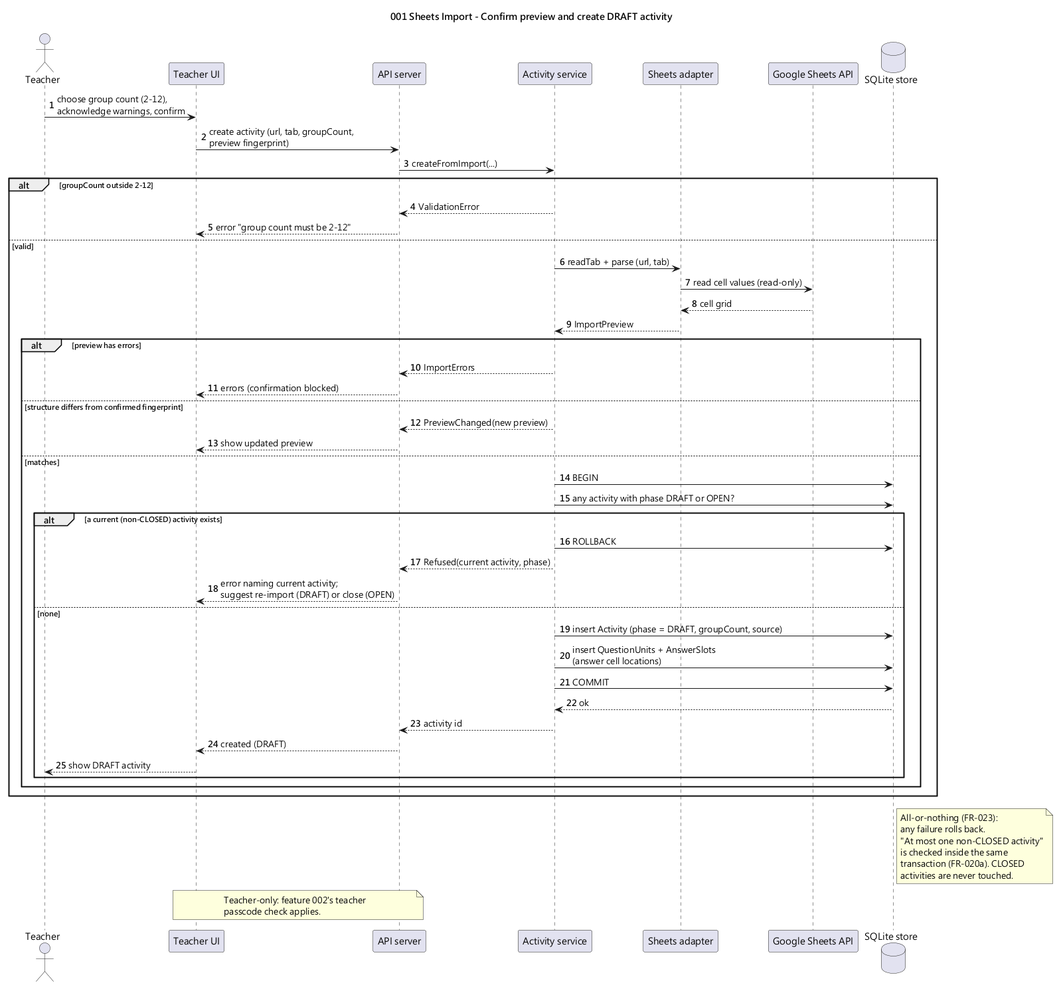
Above: diagrams/001-seq-confirm-create.png in WasabiSaikou/quiz-buzzer (PlantUML), before the change.
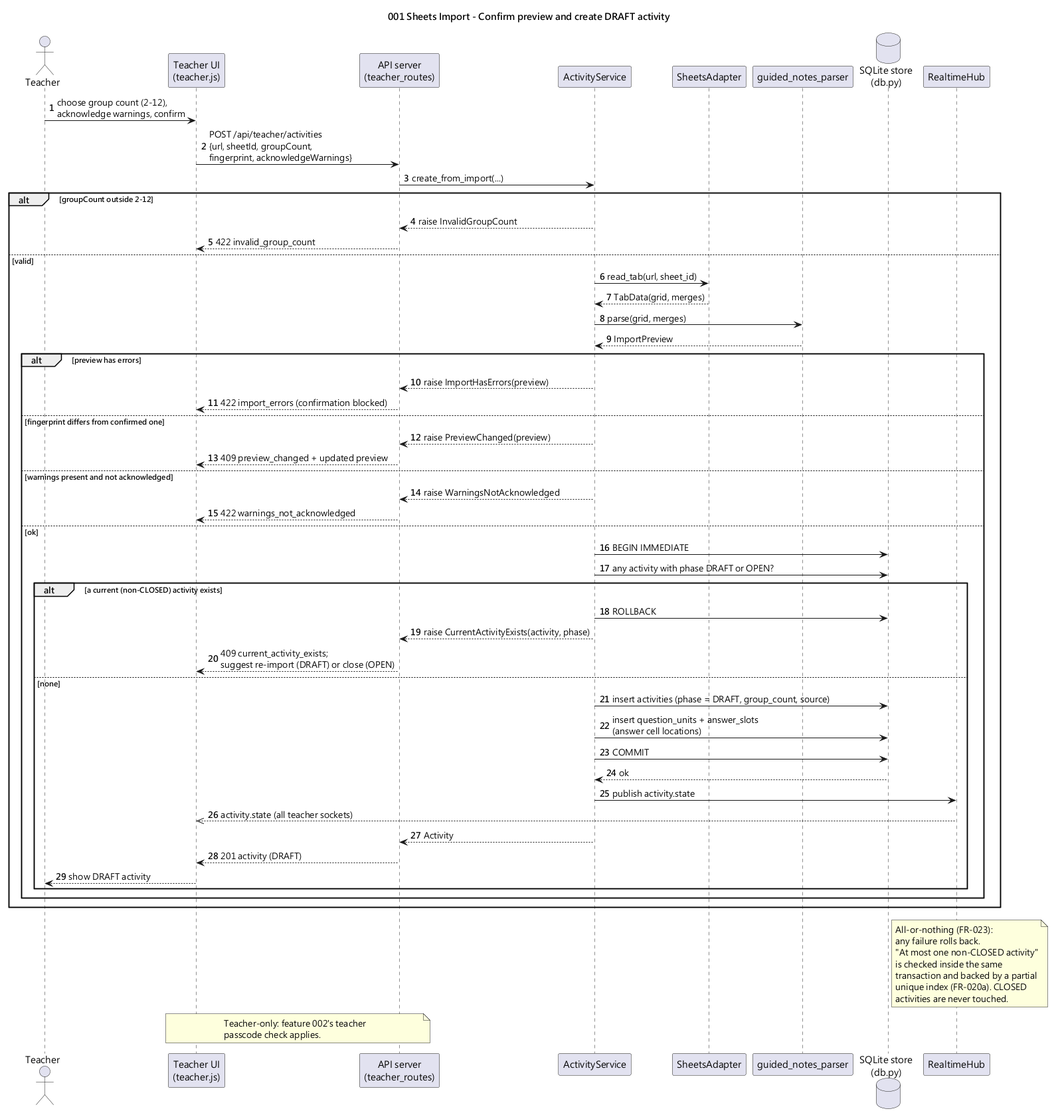
Later version of the same file.

Change to the diagram source:
```diff
@@ -6,44 +6,50 @@
 autonumber
 
 actor Teacher
-participant "Teacher UI" as TUI
-participant "API server" as API
-participant "Activity service" as ACT
-participant "Sheets adapter" as SA
-participant "Google Sheets API" as GSA
-database "SQLite store" as DB
+participant "Teacher UI\n(teacher.js)" as TUI
+participant "API server\n(teacher_routes)" as API
+participant "ActivityService" as ACT
+participant "SheetsAdapter" as SA
+participant "guided_notes_parser" as PARSER
+database "SQLite store\n(db.py)" as DB
+participant "RealtimeHub" as RT
 
 Teacher -> TUI : choose group count (2-12),\nacknowledge warnings, confirm
-TUI -> API : create activity (url, tab, groupCount,\npreview fingerprint)
-API -> ACT : createFromImport(...)
+TUI -> API : POST /api/teacher/activities\n{url, sheetId, groupCount,\nfingerprint, acknowledgeWarnings}
+API -> ACT : create_from_import(...)
 alt groupCount outside 2-12
-  ACT --> API : ValidationError
-  API --> TUI : error "group count must be 2-12"
+  ACT --> API : raise InvalidGroupCount
+  API --> TUI : 422 invalid_group_count
 else valid
-  ACT -> SA : readTab + parse (url, tab)
-  SA -> GSA : read cell values (read-only)
-  GSA --> SA : cell grid
-  SA --> ACT : ImportPreview
+  ACT -> SA : read_tab(url, sheet_id)
+  SA --> ACT : TabData(grid, merges)
+  ACT -> PARSER : parse(grid, merges)
+  PARSER --> ACT : ImportPreview
   alt preview has errors
-    ACT --> API : ImportErrors
-    API --> TUI : errors (confirmation blocked)
-  else structure differs from confirmed fingerprint
-    ACT --> API : PreviewChanged(new preview)
-    API --> TUI : show updated preview
-  else matches
-    ACT -> DB : BEGIN
+    ACT --> API : raise ImportHasErrors(preview)
+    API --> TUI : 422 import_errors (confirmation blocked)
+  else fingerprint differs from confirmed one
+    ACT --> API : raise PreviewChanged(preview)
+    API --> TUI : 409 preview_changed + updated preview
+  else warnings present and not acknowledged
+    ACT --> API : raise WarningsNotAcknowledged
+    API --> TUI : 422 warnings_not_acknowledged
+  else ok
+    ACT -> DB : BEGIN IMMEDIATE
     ACT -> DB : any activity with phase DRAFT or OPEN?
     alt a current (non-CLOSED) activity exists
       ACT -> DB : ROLLBACK
-      ACT --> API : Refused(current activity, phase)
-      API --> TUI : error naming current activity;\nsuggest re-import (DRAFT) or close (OPEN)
+      ACT --> API : raise CurrentActivityExists(activity, phase)
+      API --> TUI : 409 current_activity_exists;\nsuggest re-import (DRAFT) or close (OPEN)
     else none
-      ACT -> DB : insert Activity (phase = DRAFT, groupCount, source)
-      ACT -> DB : insert QuestionUnits + AnswerSlots\n(answer cell locations)
+      ACT -> DB : insert activities (phase = DRAFT, group_count, source)
+      ACT -> DB : insert question_units + answer_slots\n(answer cell locations)
       ACT -> DB : COMMIT
       DB --> ACT : ok
-      ACT --> API : activity id
-      API --> TUI : created (DRAFT)
+      ACT -> RT : publish activity.state
+      RT -->> TUI : activity.state (all teacher sockets)
+      ACT --> API : Activity
+      API --> TUI : 201 activity (DRAFT)
       TUI --> Teacher : show DRAFT activity
     end
   end
@@ -54,7 +60,8 @@
   any failure rolls back.
   "At most one non-CLOSED activity"
   is checked inside the same
-  transaction (FR-020a). CLOSED
+  transaction and backed by a partial
+  unique index (FR-020a). CLOSED
   activities are never touched.
 end note
 
```
